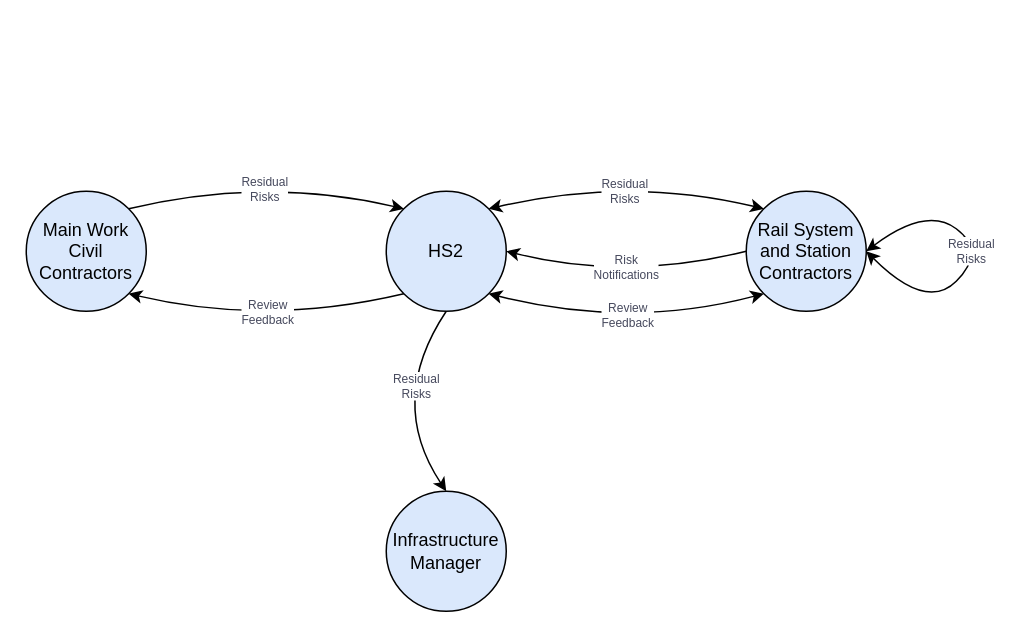
This is page "DFD" (21 of 21) of P639 Diagrams.drawio from martinlt/reference, a draw.io file, before an edit. Source tidied: cells renumbered, new cells numbered last; positions are measured from the earlier drawing's top-left corner, leaving out a move shared by most shapes. Both pictures are drawn from the tidied source at 150%, with x=0, y=0 at pixel (26, 176).
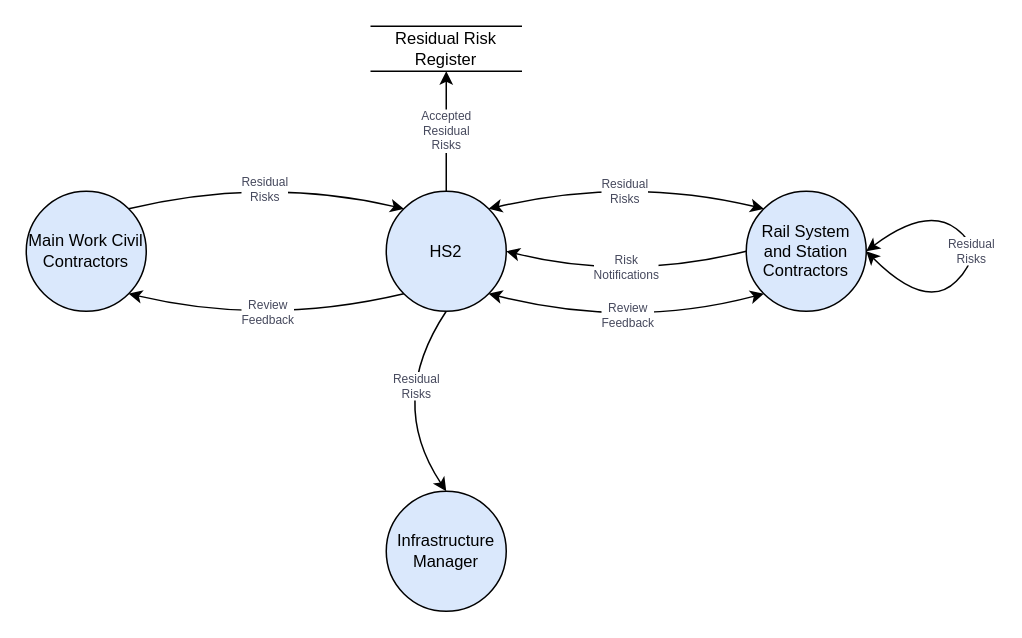
The same diagram, later.

Diff of the diagram source:
```diff
@@
-    <mxCell id="2" value="Main Work Civil Contractors" style="ellipse;whiteSpace=wrap;html=1;fillColor=#dae8fc;strokeColor=#000000;" parent="1" vertex="1">
+    <mxCell id="2" value="Main Work Civil Contractors" style="ellipse;whiteSpace=wrap;html=1;fillColor=#dae8fc;strokeColor=#000000;fontSize=11;strokeWidth=1;" parent="1" vertex="1">
       <mxGeometry y="10" width="80" height="80" as="geometry" />
     </mxCell>
-    <mxCell id="3" value="Infrastructure Manager" style="ellipse;whiteSpace=wrap;html=1;fillColor=#dae8fc;strokeColor=#000000;" parent="1" vertex="1">
+    <mxCell id="3" value="Infrastructure Manager" style="ellipse;whiteSpace=wrap;html=1;fillColor=#dae8fc;strokeColor=#000000;fontSize=11;strokeWidth=1;" parent="1" vertex="1">
       <mxGeometry x="240" y="210" width="80" height="80" as="geometry" />
     </mxCell>
-    <mxCell id="4" value="Rail System and Station Contractors" style="ellipse;whiteSpace=wrap;html=1;fillColor=#dae8fc;strokeColor=#000000;" parent="1" vertex="1">
+    <mxCell id="4" value="Rail System and Station Contractors" style="ellipse;whiteSpace=wrap;html=1;fillColor=#dae8fc;strokeColor=#000000;fontSize=11;strokeWidth=1;" parent="1" vertex="1">
       <mxGeometry x="480" y="10" width="80" height="80" as="geometry" />
     </mxCell>
-    <mxCell id="5" value="HS2" style="ellipse;whiteSpace=wrap;html=1;fillColor=#dae8fc;strokeColor=#000000;" parent="1" vertex="1">
+    <mxCell id="5" value="HS2" style="ellipse;whiteSpace=wrap;html=1;fillColor=#dae8fc;strokeColor=#000000;fontSize=11;strokeWidth=1;" parent="1" vertex="1">
       <mxGeometry x="240" y="10" width="80" height="80" as="geometry" />
     </mxCell>
@@
+    <mxCell id="13" value="Residual Risk Register" style="html=1;dashed=0;whiteSpace=wrap;shape=partialRectangle;right=0;left=0;fontSize=11;strokeWidth=1;" parent="1" vertex="1">
+      <mxGeometry x="230" y="-100" width="100" height="30" as="geometry" />
+    </mxCell>
+    <mxCell id="14" value="Accepted&lt;div&gt;Residual&lt;div&gt;Risks&lt;/div&gt;&lt;/div&gt;" style="curved=1;endArrow=none;html=1;rounded=0;startArrow=classic;startFill=1;endFill=0;fontSize=8;strokeColor=#000000;fontColor=#46495D;fillColor=#fff2cc;sourcePerimeterSpacing=0;targetPerimeterSpacing=0;exitX=0.5;exitY=1;exitDx=0;exitDy=0;entryX=0.5;entryY=0;entryDx=0;entryDy=0;" parent="1" edge="1" source="13" target="5">
+      <mxGeometry relative="1" as="geometry" />
+    </mxCell>
```
